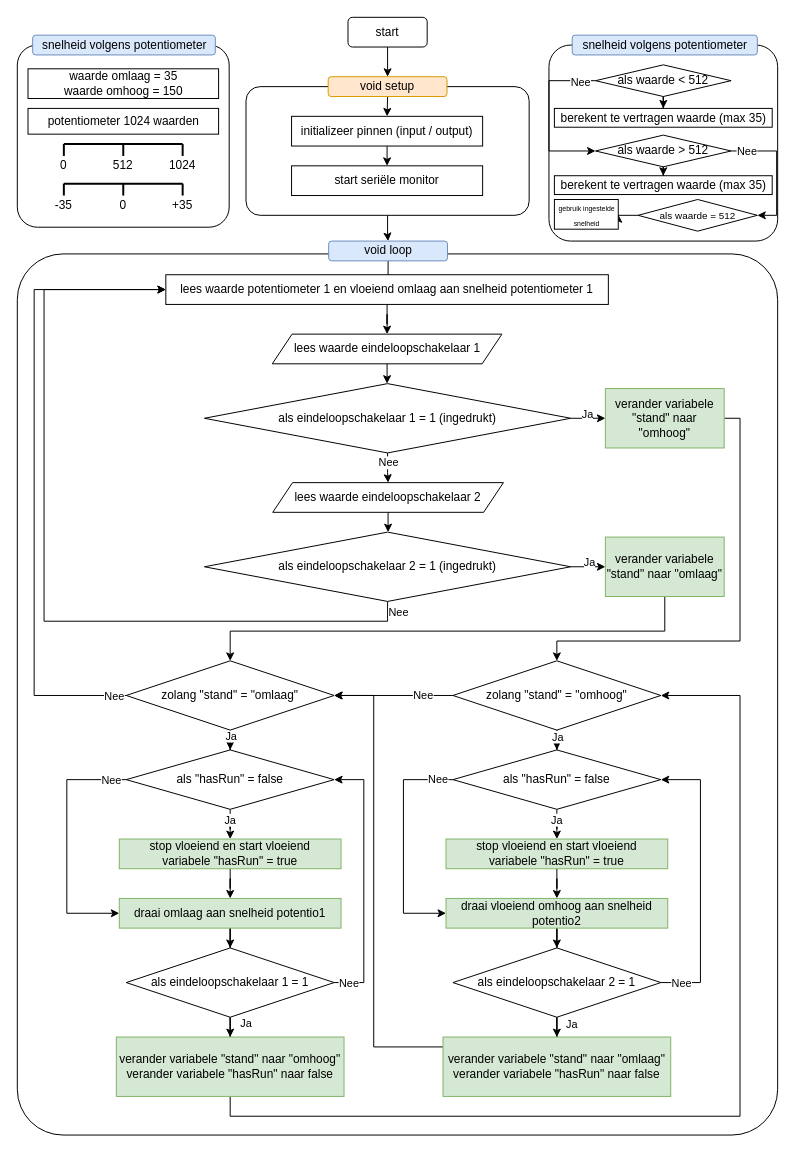
The draw.io diagram flow.drawio in crearth/c, before the edit. Source tidied: cells renumbered, new cells numbered last; positions are measured from the earlier drawing's top-left corner, leaving out a move shared by most shapes. Both pictures are drawn from the tidied source at 99%, with x=0, y=0 at pixel (17, 17).
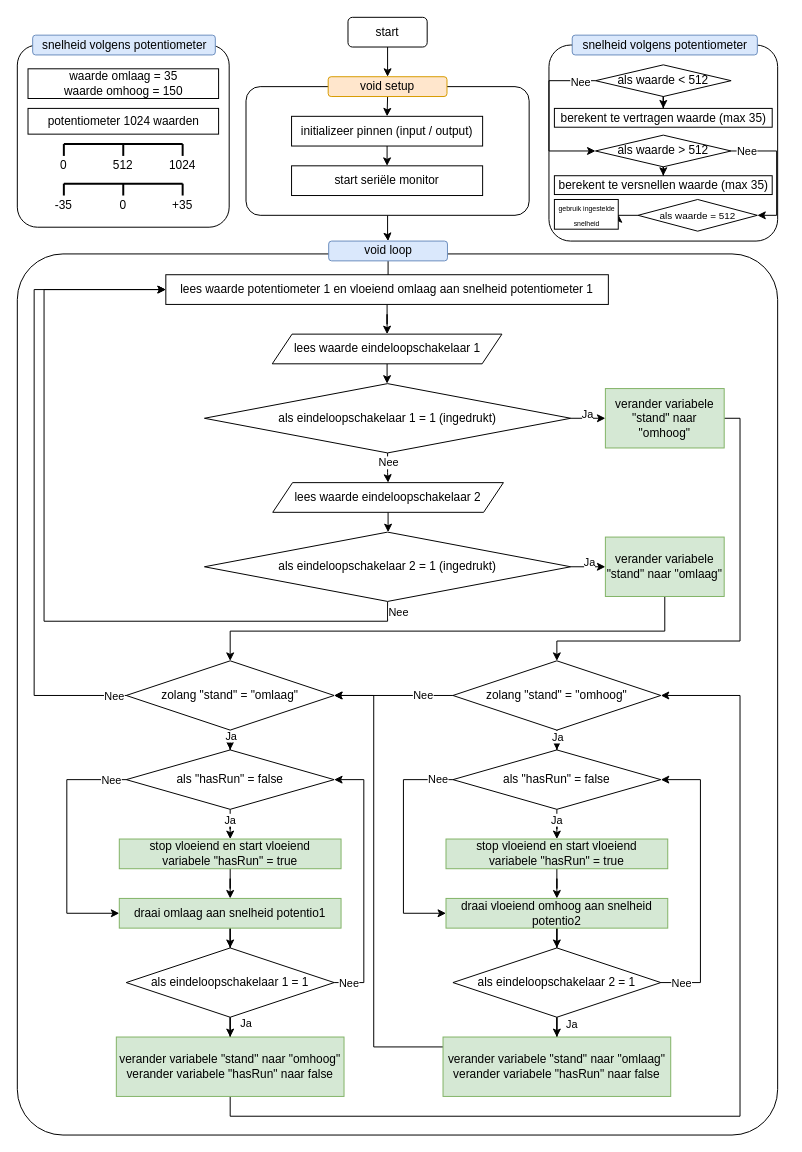
The same page after the edit.

The edit, as a diff of the source:
```diff
@@
-    <mxCell id="104" value="berekent te vertragen waarde (max 35)" style="rounded=0;whiteSpace=wrap;html=1;" parent="1" vertex="1">
+    <mxCell id="104" value="berekent te versnellen waarde (max 35)" style="rounded=0;whiteSpace=wrap;html=1;" parent="1" vertex="1">
       <mxGeometry x="542.5" y="160" width="220" height="19" as="geometry" />
     </mxCell>
```
